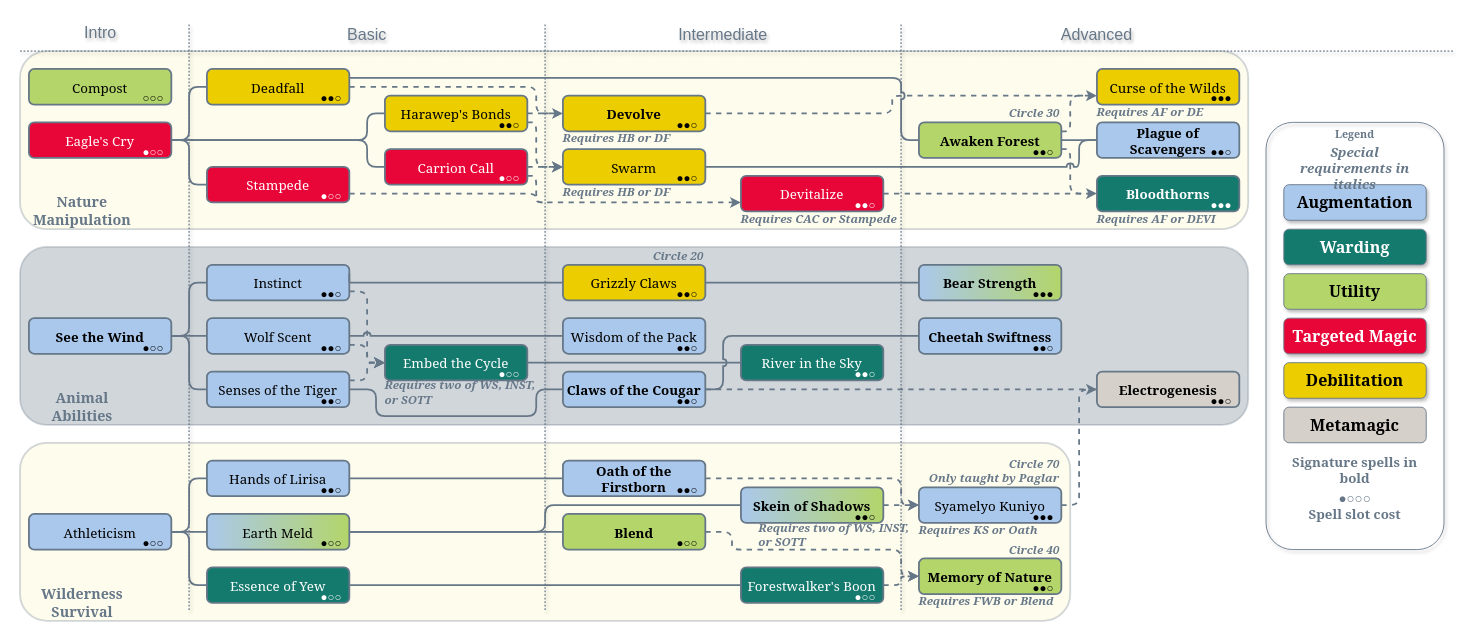
Before: Ranger/Ranger.drawio in MahtraDR/dr-spell-trees, a draw.io diagram. Source tidied: cells renumbered, new cells numbered last; positions are measured from the earlier drawing's top-left corner, leaving out a move shared by most shapes. Both pictures are drawn from the tidied source at 89%, with x=0, y=0 at pixel (20, 15).
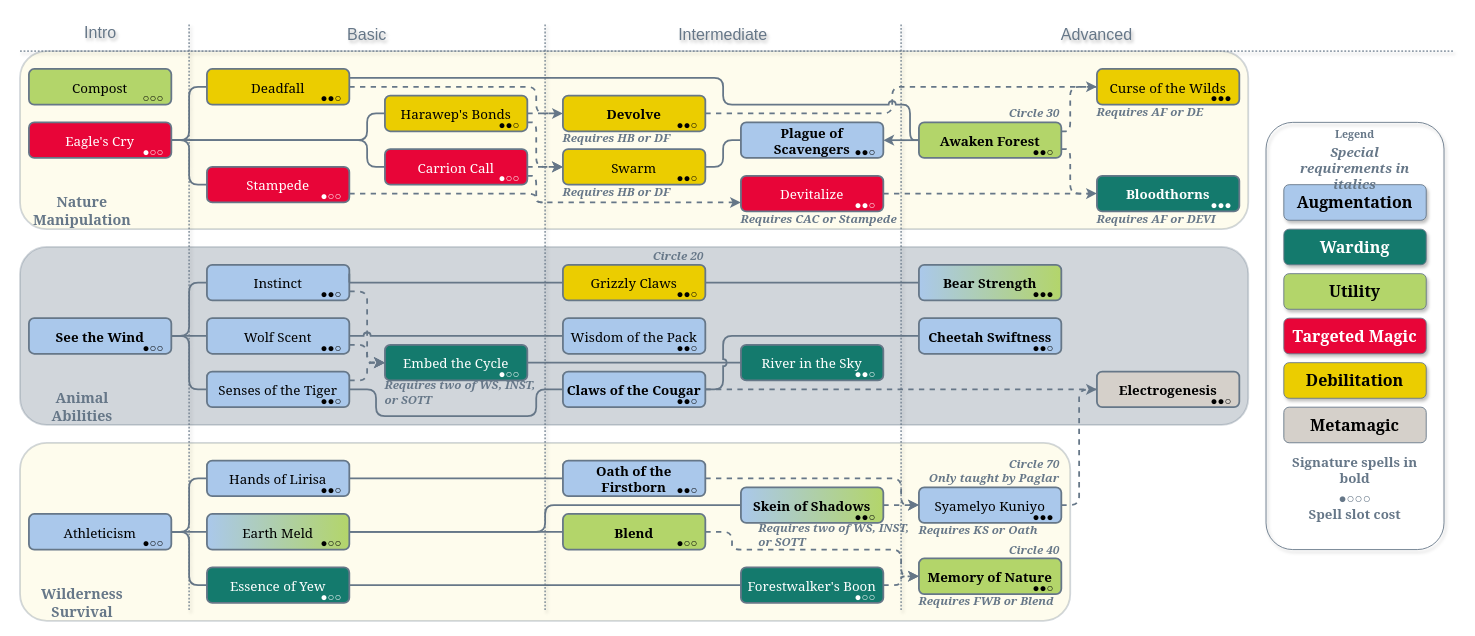
The same page after the edit.

The change refers to these unchanged cells:
```xml
<mxCell id="22" value="Deadfall" style="rounded=1;whiteSpace=wrap;strokeWidth=2;strokeColor=#667788;textShadow=0;labelBackgroundColor=none;fontSize=15;fontFamily=Georgia;fillColor=#EBCD00;" parent="8" vertex="1">
  <mxGeometry x="210" y="60" width="160" height="40" as="geometry" />
</mxCell>
<mxCell id="28" value="Devolve" style="rounded=1;whiteSpace=wrap;strokeWidth=2;strokeColor=#667788;textShadow=0;labelBackgroundColor=none;fontSize=15;fontFamily=Georgia;fontStyle=1;fillColor=#EBCD00;" parent="8" vertex="1">
  <mxGeometry x="610" y="90" width="160" height="40" as="geometry" />
</mxCell>
<mxCell id="30" value="Swarm" style="rounded=1;whiteSpace=wrap;strokeWidth=2;strokeColor=#667788;textShadow=0;labelBackgroundColor=none;fontSize=15;fontFamily=Georgia;fillColor=#EBCD00;" parent="8" vertex="1">
  <mxGeometry x="610" y="150" width="160" height="40" as="geometry" />
</mxCell>
<mxCell id="33" value="Awaken Forest" style="rounded=1;whiteSpace=wrap;strokeWidth=2;strokeColor=#667788;textShadow=0;labelBackgroundColor=none;fontSize=15;fontFamily=Georgia;fontStyle=1;fillColor=#B3D56A;" parent="8" vertex="1">
  <mxGeometry x="1010" y="120" width="160" height="40" as="geometry" />
</mxCell>
<mxCell id="35" value="Curse of the Wilds" style="rounded=1;whiteSpace=wrap;strokeWidth=2;strokeColor=#667788;textShadow=0;labelBackgroundColor=none;fontSize=15;fontFamily=Georgia;fillColor=#EBCD00;" parent="8" vertex="1">
  <mxGeometry x="1210" y="60" width="160" height="40" as="geometry" />
</mxCell>
```

Change to the diagram source:
```diff
@@
-    <mxCell id="9" style="edgeStyle=orthogonalEdgeStyle;shape=connector;curved=0;rounded=1;jettySize=auto;html=1;exitX=1;exitY=0.5;exitDx=0;exitDy=0;entryX=0;entryY=0.75;entryDx=0;entryDy=0;strokeColor=#667788;strokeWidth=2;align=center;verticalAlign=middle;fontFamily=Helvetica;fontSize=15;fontColor=default;labelBackgroundColor=none;endArrow=none;endFill=0;dashed=1;jumpStyle=arc;" parent="8" edge="1" source="28" target="35">
+    <mxCell id="9" style="edgeStyle=orthogonalEdgeStyle;shape=connector;curved=0;rounded=1;jettySize=auto;html=1;exitX=1;exitY=0.5;exitDx=0;exitDy=0;entryX=0;entryY=0.5;entryDx=0;entryDy=0;strokeColor=#667788;strokeWidth=2;align=center;verticalAlign=middle;fontFamily=Helvetica;fontSize=15;fontColor=default;labelBackgroundColor=none;endArrow=none;endFill=0;dashed=1;jumpStyle=arc;" parent="8" edge="1" source="28" target="35">
       <mxGeometry relative="1" as="geometry">
         <Array as="points">
           <mxPoint x="980" y="110" />
-          <mxPoint x="980" y="90" />
+          <mxPoint x="980" y="80" />
         </Array>
       </mxGeometry>
     </mxCell>
@@
-    <mxCell id="29" style="edgeStyle=orthogonalEdgeStyle;shape=connector;curved=0;rounded=1;jettySize=auto;html=1;exitX=1;exitY=0.5;exitDx=0;exitDy=0;entryX=0;entryY=0.5;entryDx=0;entryDy=0;strokeColor=#667788;strokeWidth=2;align=center;verticalAlign=middle;fontFamily=Helvetica;fontSize=15;fontColor=default;labelBackgroundColor=none;endArrow=none;endFill=0;jumpStyle=arc;" parent="8" edge="1" source="30" target="36">
+    <mxCell id="29" style="edgeStyle=orthogonalEdgeStyle;rounded=1;jettySize=auto;html=1;exitX=1;exitY=0.5;exitDx=0;exitDy=0;entryX=0;entryY=0.5;entryDx=0;entryDy=0;strokeColor=#667788;strokeWidth=2;align=center;verticalAlign=middle;fontFamily=Helvetica;fontSize=15;fontColor=default;labelBackgroundColor=none;jumpStyle=arc;endArrow=none;endFill=0;curved=0;" parent="8" edge="1" source="30" target="36">
       <mxGeometry relative="1" as="geometry">
         <Array as="points">
-          <mxPoint x="1190" y="170" />
-          <mxPoint x="1190" y="140" />
+          <mxPoint x="790" y="170" />
+          <mxPoint x="790" y="140" />
         </Array>
       </mxGeometry>
     </mxCell>
@@
-    <mxCell id="31" style="edgeStyle=orthogonalEdgeStyle;shape=connector;curved=0;rounded=1;jettySize=auto;html=1;exitX=1;exitY=0.25;exitDx=0;exitDy=0;entryX=0;entryY=0.75;entryDx=0;entryDy=0;strokeColor=#667788;strokeWidth=2;align=center;verticalAlign=middle;fontFamily=Helvetica;fontSize=15;fontColor=default;labelBackgroundColor=none;endArrow=classic;endFill=1;dashed=1;jumpStyle=arc;" parent="8" edge="1" source="33" target="35">
+    <mxCell id="31" style="edgeStyle=orthogonalEdgeStyle;shape=connector;curved=0;rounded=1;jettySize=auto;html=1;exitX=1;exitY=0.25;exitDx=0;exitDy=0;entryX=0;entryY=0.5;entryDx=0;entryDy=0;strokeColor=#667788;strokeWidth=2;align=center;verticalAlign=middle;fontFamily=Helvetica;fontSize=15;fontColor=default;labelBackgroundColor=none;endArrow=classic;endFill=1;dashed=1;jumpStyle=arc;" parent="8" edge="1" source="33" target="35">
       <mxGeometry relative="1" as="geometry">
         <Array as="points">
           <mxPoint x="1180" y="130" />
-          <mxPoint x="1180" y="90" />
+          <mxPoint x="1180" y="80" />
         </Array>
       </mxGeometry>
     </mxCell>
-    <mxCell id="32" style="edgeStyle=orthogonalEdgeStyle;shape=connector;curved=0;rounded=1;jettySize=auto;html=1;exitX=1;exitY=0.5;exitDx=0;exitDy=0;entryX=0;entryY=0.5;entryDx=0;entryDy=0;strokeColor=#667788;strokeWidth=2;align=center;verticalAlign=middle;fontFamily=Helvetica;fontSize=15;fontColor=default;labelBackgroundColor=none;endArrow=none;endFill=0;jumpStyle=arc;" parent="8" edge="1" source="33" target="36">
+    <mxCell id="32" style="edgeStyle=orthogonalEdgeStyle;rounded=1;jettySize=auto;html=1;exitX=0;exitY=0.5;exitDx=0;exitDy=0;entryX=1;entryY=0.5;entryDx=0;entryDy=0;strokeColor=#667788;strokeWidth=2;align=center;verticalAlign=middle;fontFamily=Helvetica;fontSize=15;fontColor=default;labelBackgroundColor=none;jumpStyle=arc;endArrow=classic;endFill=1;curved=0;" parent="8" edge="1" source="33" target="36">
       <mxGeometry relative="1" as="geometry" />
     </mxCell>
@@
     <mxCell id="36" value="Plague of Scavengers" style="rounded=1;whiteSpace=wrap;strokeWidth=2;strokeColor=#667788;textShadow=0;labelBackgroundColor=none;fontSize=15;fontFamily=Georgia;align=center;verticalAlign=middle;fontStyle=1;fillColor=#AAC8EB;" parent="8" vertex="1">
-      <mxGeometry x="1210" y="120" width="160" height="40" as="geometry" />
+      <mxGeometry x="810" y="120" width="160" height="40" as="geometry" />
     </mxCell>
@@
     <mxCell id="85" style="edgeStyle=orthogonalEdgeStyle;shape=connector;curved=0;rounded=1;jettySize=auto;html=1;exitX=1;exitY=0.25;exitDx=0;exitDy=0;entryX=0;entryY=0.5;entryDx=0;entryDy=0;strokeColor=#667788;strokeWidth=2;align=center;verticalAlign=middle;fontFamily=Helvetica;fontSize=15;fontColor=default;labelBackgroundColor=none;endArrow=none;endFill=0;jumpStyle=arc;" parent="8" edge="1" source="22" target="33">
       <mxGeometry relative="1" as="geometry">
         <Array as="points">
-          <mxPoint x="990" y="70" />
-          <mxPoint x="990" y="140" />
+          <mxPoint x="790" y="70" />
+          <mxPoint x="790" y="100" />
+          <mxPoint x="1000" y="100" />
+          <mxPoint x="1000" y="140" />
         </Array>
       </mxGeometry>
     </mxCell>
@@
     <mxCell id="124" value="●●○" style="text;align=center;verticalAlign=middle;rounded=0;fontFamily=Helvetica;fontSize=13;fontColor=default;labelBackgroundColor=none;spacing=0;spacingTop=0;spacingBottom=-5;fillColor=none;" parent="107" vertex="1">
-      <mxGeometry x="1330" y="140" width="40" height="20" as="geometry" />
+      <mxGeometry x="930" y="140" width="40" height="20" as="geometry" />
     </mxCell>
```
